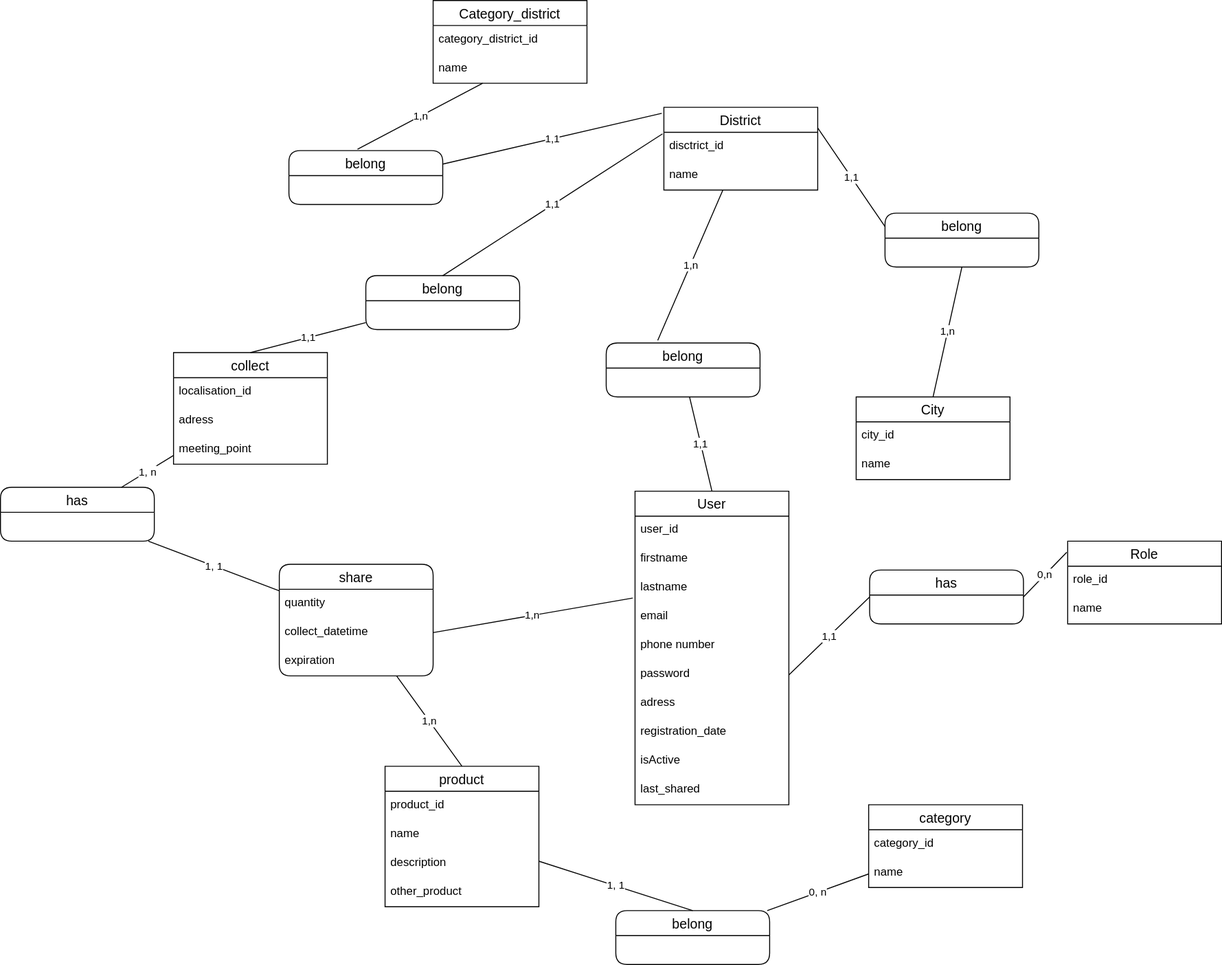
This is code/server/Merise_VAG/MCD/vag.drawio.svg from Mandine42/vag, a draw.io export, as it was before one commit. Source tidied: cells renumbered, new cells last; positions are measured from the earlier drawing's top-left corner, leaving out a move shared by most shapes.
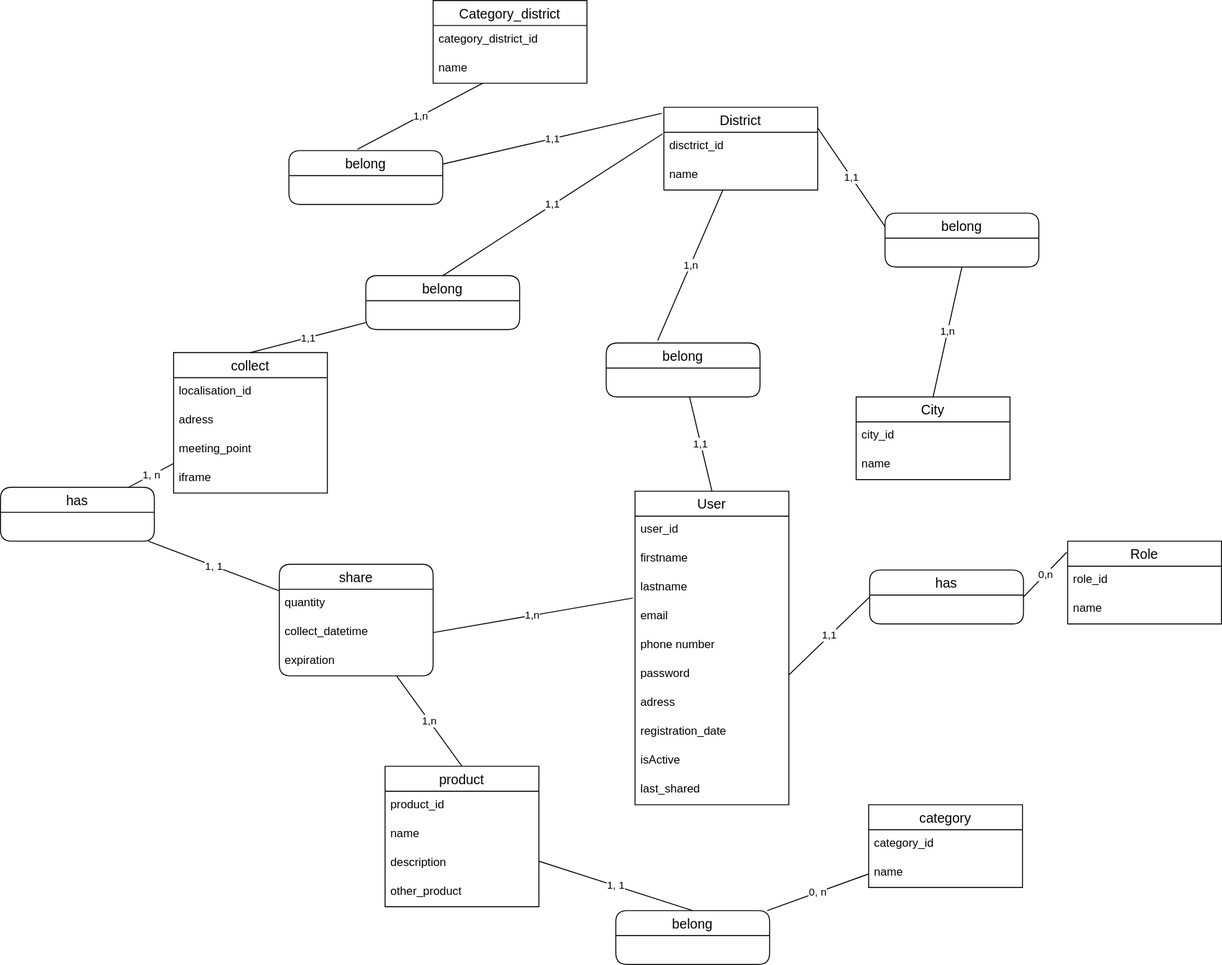
After the change.

What changed in the source:
```diff
@@ -63,7 +63,7 @@
       <mxGeometry y="86" width="160" height="30" as="geometry" />
     </mxCell>
     <mxCell id="22" value="collect" style="swimlane;fontStyle=0;horizontal=1;startSize=26;align=center;fontSize=14;" parent="1" vertex="1">
-      <mxGeometry x="180" y="366" width="160" height="116" as="geometry" />
+      <mxGeometry x="180" y="366" width="160" height="146" as="geometry" />
     </mxCell>
     <mxCell id="23" value="localisation_id" style="text;strokeColor=none;fillColor=none;spacingLeft=4;spacingRight=4;overflow=hidden;fontSize=12;" parent="22" vertex="1">
       <mxGeometry y="26" width="160" height="30" as="geometry" />
@@ -74,6 +74,9 @@
     <mxCell id="25" value="meeting_point" style="text;strokeColor=none;fillColor=none;spacingLeft=4;spacingRight=4;overflow=hidden;fontSize=12;" parent="22" vertex="1">
       <mxGeometry y="86" width="160" height="30" as="geometry" />
     </mxCell>
+    <mxCell id="64" value="iframe" style="text;strokeColor=none;fillColor=none;spacingLeft=4;spacingRight=4;overflow=hidden;fontSize=12;" parent="22" vertex="1">
+      <mxGeometry y="116" width="160" height="30" as="geometry" />
+    </mxCell>
     <mxCell id="26" value="1,n" style="endArrow=none;html=1;rounded=0;exitX=1;exitY=0.5;exitDx=0;exitDy=0;entryX=-0.015;entryY=0.837;entryDx=0;entryDy=0;entryPerimeter=0;" parent="1" edge="1" source="20" target="5">
       <mxGeometry relative="1" as="geometry" />
     </mxCell>
```
